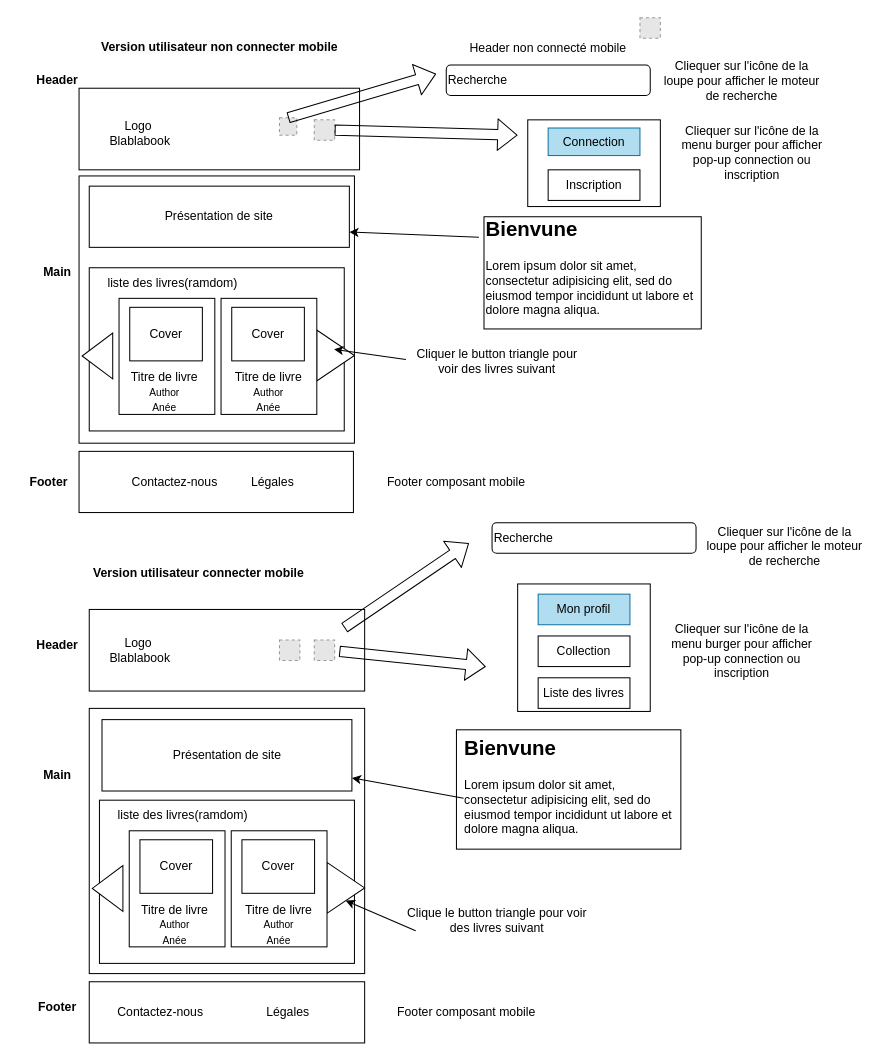
Before: page "Mobile" (2 of 2) of Cahier des charges/wireframe/accueil.drawio in HarukaIZUMI18/Blablabook-Haruka, a draw.io diagram. Source tidied: cells renumbered, new cells numbered last; positions are measured from the earlier drawing's top-left corner, leaving out a move shared by most shapes. Both pictures are drawn from the tidied source at 102%, with x=0, y=0 at pixel (17, 17). Pictures stored in the file or linked from it are replaced by grey dashed boxes.
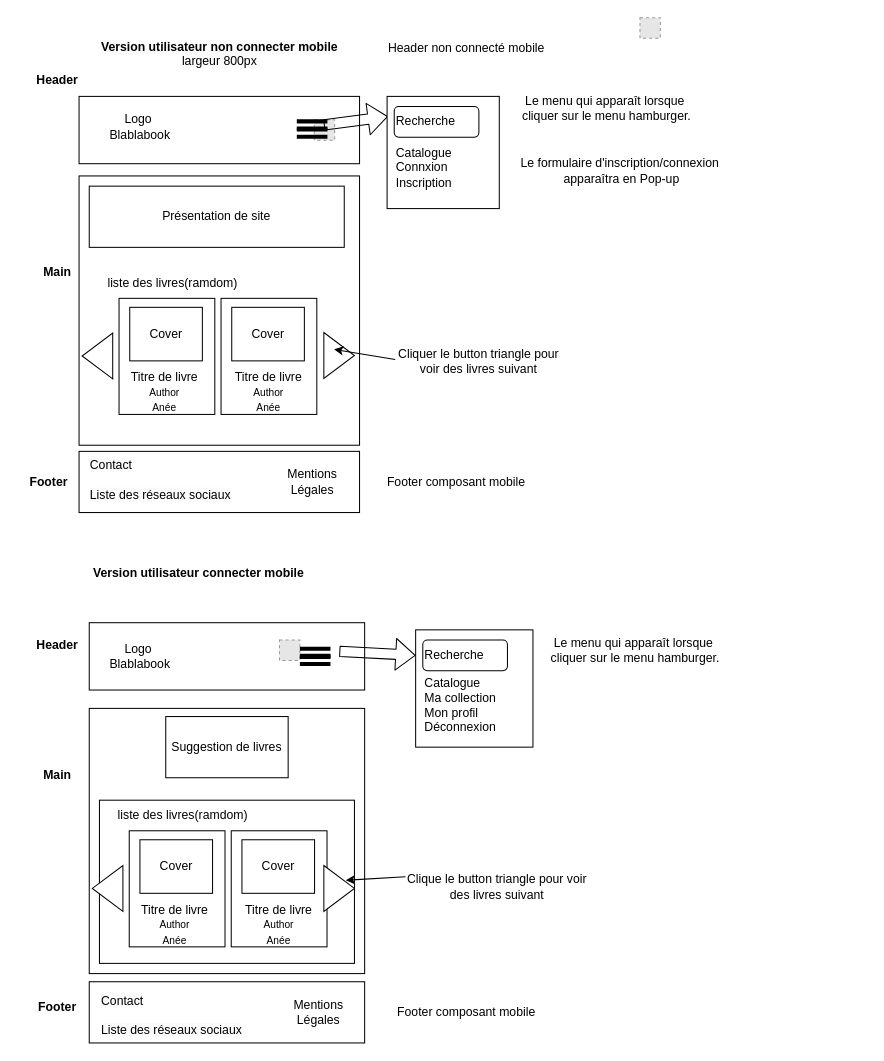
The same page after the edit.

The change refers to these unchanged cells:
```xml
<mxCell id="16" style="fillColor=#E6E6E6;strokeColor=#999999;dashed=1;verticalLabelPosition=bottom;verticalAlign=top;" parent="1" vertex="1">
  <mxGeometry x="290.6" y="100" width="20" height="20" as="geometry" />
</mxCell>
<mxCell id="33" style="group;" parent="1" vertex="1">
  <mxGeometry x="60" y="245" width="270" height="170" as="geometry" />
</mxCell>
<mxCell id="46" style="group;" parent="1" vertex="1">
  <mxGeometry x="70" y="767" width="270" height="170" as="geometry" />
</mxCell>
```

Diff of the diagram source:
```diff
@@
-    <mxCell id="2" style="rounded=0;whiteSpace=wrap;html=1;" parent="1" vertex="1">
-      <mxGeometry x="430" y="698" width="220" height="117" as="geometry" />
-    </mxCell>
-    <mxCell id="3" style="rounded=0;whiteSpace=wrap;html=1;" parent="1" vertex="1">
-      <mxGeometry x="457" y="195" width="213" height="110" as="geometry" />
-    </mxCell>
     <mxCell id="4" style="rounded=0;whiteSpace=wrap;html=1;" parent="1" vertex="1">
-      <mxGeometry x="60" y="155" width="270" height="262" as="geometry" />
+      <mxGeometry x="60" y="155" width="275" height="264" as="geometry" />
     </mxCell>
     <mxCell id="5" value="Présentation de site" style="rounded=0;whiteSpace=wrap;html=1;" parent="1" vertex="1">
-      <mxGeometry x="70" y="165" width="255" height="60" as="geometry" />
+      <mxGeometry x="70" y="165" width="250" height="60" as="geometry" />
     </mxCell>
-    <mxCell id="6" value="&lt;span style=&quot;color: rgb(0, 0, 0); font-family: Helvetica; font-size: 12px; font-style: normal; font-variant-ligatures: normal; font-variant-caps: normal; letter-spacing: normal; orphans: 2; text-align: center; text-indent: 0px; text-transform: none; widows: 2; word-spacing: 0px; -webkit-text-stroke-width: 0px; white-space: normal; background-color: rgb(251, 251, 251); text-decoration-thickness: initial; text-decoration-style: initial; text-decoration-color: initial; float: none; display: inline !important;&quot;&gt;&lt;b&gt;Version utilisateur non connecter mobile&lt;/b&gt;&lt;/span&gt;" style="text;whiteSpace=wrap;html=1;" parent="1" vertex="1">
+    <mxCell id="6" value="&lt;span style=&quot;color: rgb(0, 0, 0); font-family: Helvetica; font-size: 12px; font-style: normal; font-variant-ligatures: normal; font-variant-caps: normal; letter-spacing: normal; orphans: 2; text-align: center; text-indent: 0px; text-transform: none; widows: 2; word-spacing: 0px; -webkit-text-stroke-width: 0px; white-space: normal; background-color: rgb(251, 251, 251); text-decoration-thickness: initial; text-decoration-style: initial; text-decoration-color: initial; float: none; display: inline !important;&quot;&gt;&lt;b&gt;Version utilisateur non connecter mobile&lt;/b&gt;&lt;/span&gt;&lt;div style=&quot;text-align: center;&quot;&gt;&lt;span style=&quot;color: rgb(0, 0, 0); font-family: Helvetica; font-size: 12px; font-style: normal; font-variant-ligatures: normal; font-variant-caps: normal; letter-spacing: normal; orphans: 2; text-indent: 0px; text-transform: none; widows: 2; word-spacing: 0px; -webkit-text-stroke-width: 0px; white-space: normal; background-color: rgb(251, 251, 251); text-decoration-thickness: initial; text-decoration-style: initial; text-decoration-color: initial; float: none; display: inline !important;&quot;&gt;largeur 800px&lt;/span&gt;&lt;/div&gt;" style="text;whiteSpace=wrap;html=1;" parent="1" vertex="1">
       <mxGeometry x="80" y="15" width="240" height="40" as="geometry" />
     </mxCell>
     <mxCell id="7" style="rounded=0;whiteSpace=wrap;html=1;align=center;verticalAlign=top;fontFamily=Helvetica;fontSize=12;fontColor=default;fillColor=none;gradientColor=none;" parent="1" vertex="1">
-      <mxGeometry x="60" y="425" width="269" height="60" as="geometry" />
+      <mxGeometry x="60" y="425" width="275" height="60" as="geometry" />
     </mxCell>
@@
-    <mxCell id="11" value="Présentation de site" style="rounded=0;whiteSpace=wrap;html=1;" parent="1" vertex="1">
-      <mxGeometry x="82.5" y="688" width="245" height="70" as="geometry" />
-    </mxCell>
@@
     <mxCell id="13" style="rounded=0;whiteSpace=wrap;html=1;" parent="1" vertex="1">
-      <mxGeometry x="60" y="69" width="275" height="80" as="geometry" />
+      <mxGeometry x="60" y="77" width="275" height="66" as="geometry" />
     </mxCell>
     <mxCell id="14" value="Logo&amp;nbsp;&lt;div&gt;Blablabook&lt;/div&gt;" style="text;html=1;align=center;verticalAlign=middle;whiteSpace=wrap;rounded=0;" parent="1" vertex="1">
-      <mxGeometry x="80" y="98" width="80" height="30" as="geometry" />
+      <mxGeometry x="80" y="91.5" width="80" height="30" as="geometry" />
     </mxCell>
-    <mxCell id="15" style="fillColor=#E6E6E6;strokeColor=#999999;dashed=1;verticalLabelPosition=bottom;verticalAlign=top;" parent="1" vertex="1">
-      <mxGeometry x="256.5" y="98" width="17" height="17" as="geometry" />
-    </mxCell>
@@
-    <mxCell id="17" style="shape=flexArrow;endArrow=classic;html=1;exitX=1;exitY=0.5;exitDx=0;exitDy=0;" parent="1" edge="1" source="16">
-      <mxGeometry relative="1" as="geometry">
-        <mxPoint x="489.9" y="115" as="targetPoint" />
-      </mxGeometry>
-    </mxCell>
-    <mxCell id="18" style="rounded=0;whiteSpace=wrap;html=1;" parent="1" vertex="1">
-      <mxGeometry x="499.9" y="100" width="130" height="85" as="geometry" />
-    </mxCell>
-    <mxCell id="19" style="shape=flexArrow;endArrow=classic;html=1;exitX=0.5;exitY=0;exitDx=0;exitDy=0;" parent="1" edge="1" source="15">
+    <mxCell id="19" style="shape=flexArrow;endArrow=classic;html=1;entryX=0.007;entryY=0.179;entryDx=0;entryDy=0;entryPerimeter=0;" parent="1" edge="1" target="98">
       <mxGeometry relative="1" as="geometry">
-        <mxPoint x="410" y="55" as="targetPoint" />
+        <mxPoint x="300" y="105" as="sourcePoint" />
       </mxGeometry>
     </mxCell>
-    <mxCell id="20" value="Recherche" style="rounded=1;whiteSpace=wrap;html=1;align=left;" parent="1" vertex="1">
-      <mxGeometry x="420" y="46.2" width="200" height="30" as="geometry" />
-    </mxCell>
@@
-    <mxCell id="22" value="Inscription" style="rounded=0;whiteSpace=wrap;html=1;" parent="1" vertex="1">
-      <mxGeometry x="519.9" y="149" width="90" height="30" as="geometry" />
-    </mxCell>
-    <mxCell id="23" value="Connection" style="rounded=0;whiteSpace=wrap;html=1;fillColor=#b1ddf0;strokeColor=#10739e;" parent="1" vertex="1">
-      <mxGeometry x="519.9" y="108" width="90" height="27" as="geometry" />
-    </mxCell>
     <mxCell id="24" style="rounded=0;whiteSpace=wrap;html=1;" parent="1" vertex="1">
-      <mxGeometry x="70" y="580" width="270" height="80" as="geometry" />
+      <mxGeometry x="70" y="593" width="270" height="66" as="geometry" />
     </mxCell>
     <mxCell id="25" value="Logo&amp;nbsp;&lt;div&gt;Blablabook&lt;/div&gt;" style="text;html=1;align=center;verticalAlign=middle;whiteSpace=wrap;rounded=0;" parent="1" vertex="1">
-      <mxGeometry x="80" y="605" width="80" height="30" as="geometry" />
+      <mxGeometry x="80" y="611" width="80" height="30" as="geometry" />
     </mxCell>
     <mxCell id="26" style="shape=flexArrow;endArrow=classic;html=1;exitX=1;exitY=0.5;exitDx=0;exitDy=0;" parent="1" edge="1">
       <mxGeometry relative="1" as="geometry">
         <mxPoint x="315.2" y="621" as="sourcePoint" />
-        <mxPoint x="458.8" y="636" as="targetPoint" />
+        <mxPoint x="390" y="625" as="targetPoint" />
       </mxGeometry>
     </mxCell>
-    <mxCell id="27" style="shape=flexArrow;endArrow=classic;html=1;exitX=0.5;exitY=0;exitDx=0;exitDy=0;" parent="1" edge="1">
-      <mxGeometry relative="1" as="geometry">
-        <mxPoint x="320" y="598" as="sourcePoint" />
-        <mxPoint x="442.3" y="515" as="targetPoint" />
-      </mxGeometry>
-    </mxCell>
-    <mxCell id="28" value="Recherche" style="rounded=1;whiteSpace=wrap;html=1;align=left;" parent="1" vertex="1">
-      <mxGeometry x="464.9" y="495" width="200" height="30" as="geometry" />
-    </mxCell>
-    <mxCell id="29" style="rounded=0;whiteSpace=wrap;html=1;" parent="1" vertex="1">
-      <mxGeometry x="490" y="555" width="130" height="125" as="geometry" />
-    </mxCell>
-    <mxCell id="30" value="Collection" style="rounded=0;whiteSpace=wrap;html=1;" parent="1" vertex="1">
-      <mxGeometry x="510.1" y="606" width="90" height="30" as="geometry" />
-    </mxCell>
-    <mxCell id="31" value="Mon profil" style="rounded=0;whiteSpace=wrap;html=1;fillColor=#b1ddf0;strokeColor=#10739e;" parent="1" vertex="1">
-      <mxGeometry x="510.1" y="565" width="90" height="30" as="geometry" />
-    </mxCell>
-    <mxCell id="32" value="Liste des livres" style="rounded=0;whiteSpace=wrap;html=1;" parent="1" vertex="1">
-      <mxGeometry x="510.1" y="647" width="90" height="30" as="geometry" />
-    </mxCell>
@@
-    <mxCell id="34" style="rounded=0;whiteSpace=wrap;html=1;" parent="33" vertex="1">
-      <mxGeometry x="10" width="250" height="160" as="geometry" />
-    </mxCell>
@@
-    <mxCell id="36" style="triangle;whiteSpace=wrap;html=1;" parent="33" vertex="1">
-      <mxGeometry x="233" y="61" width="37" height="50" as="geometry" />
-    </mxCell>
@@
+    <mxCell id="85" style="triangle;whiteSpace=wrap;html=1;direction=east;" parent="33" vertex="1">
+      <mxGeometry x="240" y="63.5" width="30" height="45" as="geometry" />
+    </mxCell>
@@
-    <mxCell id="49" style="triangle;whiteSpace=wrap;html=1;" parent="46" vertex="1">
-      <mxGeometry x="233" y="61" width="37" height="50" as="geometry" />
-    </mxCell>
@@
-    <mxCell id="59" value="Contactez-nous" style="text;html=1;align=center;verticalAlign=middle;whiteSpace=wrap;rounded=0;" parent="1" vertex="1">
-      <mxGeometry x="104" y="440" width="100" height="30" as="geometry" />
-    </mxCell>
+    <mxCell id="86" style="triangle;whiteSpace=wrap;html=1;direction=east;" parent="46" vertex="1">
+      <mxGeometry x="230" y="64" width="30" height="45" as="geometry" />
+    </mxCell>
-    <mxCell id="60" value="Légales" style="text;html=1;align=center;verticalAlign=middle;whiteSpace=wrap;rounded=0;" parent="1" vertex="1">
-      <mxGeometry x="220" y="440" width="60" height="30" as="geometry" />
+    <mxCell id="60" value="&lt;span style=&quot;color: rgb(0, 0, 0);&quot;&gt;Mentions Légales&lt;/span&gt;" style="text;html=1;align=center;verticalAlign=middle;whiteSpace=wrap;rounded=0;" parent="1" vertex="1">
+      <mxGeometry x="258.5" y="440" width="60" height="30" as="geometry" />
     </mxCell>
-    <mxCell id="61" value="Contactez-nous" style="text;html=1;align=center;verticalAlign=middle;whiteSpace=wrap;rounded=0;" parent="1" vertex="1">
-      <mxGeometry x="90" y="960" width="100" height="30" as="geometry" />
-    </mxCell>
-    <mxCell id="62" value="Légales" style="text;html=1;align=center;verticalAlign=middle;whiteSpace=wrap;rounded=0;" parent="1" vertex="1">
-      <mxGeometry x="234.9" y="960" width="60" height="30" as="geometry" />
-    </mxCell>
     <mxCell id="63" style="endArrow=classic;html=1;" parent="1" edge="1">
       <mxGeometry relative="1" as="geometry">
-        <mxPoint x="380.4" y="335" as="sourcePoint" />
+        <mxPoint x="370" y="335" as="sourcePoint" />
         <mxPoint x="310" y="325" as="targetPoint" />
       </mxGeometry>
     </mxCell>
     <mxCell id="64" value="Cliquer le button triangle pour voir des livres suivant" style="text;html=1;align=center;verticalAlign=middle;whiteSpace=wrap;rounded=0;" parent="1" vertex="1">
-      <mxGeometry x="380" y="317" width="180" height="40" as="geometry" />
+      <mxGeometry x="362" y="317" width="180" height="40" as="geometry" />
     </mxCell>
-    <mxCell id="65" style="endArrow=classic;html=1;entryX=0.5;entryY=1;entryDx=0;entryDy=0;" parent="1" edge="1" target="49">
+    <mxCell id="65" style="endArrow=classic;html=1;entryX=0.5;entryY=1;entryDx=0;entryDy=0;exitX=0;exitY=0.75;exitDx=0;exitDy=0;" parent="1" edge="1">
       <mxGeometry relative="1" as="geometry">
-        <mxPoint x="390" y="895" as="sourcePoint" />
+        <mxPoint x="380" y="842" as="sourcePoint" />
+        <mxPoint x="321.5" y="845.5" as="targetPoint" />
       </mxGeometry>
     </mxCell>
     <mxCell id="66" value="Clique le button triangle pour voir des livres suivant" style="text;html=1;align=center;verticalAlign=middle;whiteSpace=wrap;rounded=0;" parent="1" vertex="1">
-      <mxGeometry x="380" y="865" width="180" height="40" as="geometry" />
+      <mxGeometry x="380" y="832" width="180" height="40" as="geometry" />
     </mxCell>
     <mxCell id="67" value="Header non connecté mobile" style="text;html=1;align=center;verticalAlign=middle;whiteSpace=wrap;rounded=0;" parent="1" vertex="1">
-      <mxGeometry x="425" y="15" width="190" height="30" as="geometry" />
+      <mxGeometry x="345" y="15" width="190" height="30" as="geometry" />
     </mxCell>
-    <mxCell id="68" value="Cliequer sur l'icône de la loupe pour afficher le moteur de recherche" style="text;html=1;align=center;verticalAlign=middle;whiteSpace=wrap;rounded=0;" parent="1" vertex="1">
-      <mxGeometry x="629.9" y="39" width="160.1" height="46" as="geometry" />
-    </mxCell>
-    <mxCell id="69" value="Cliequer sur l'icône de la menu burger pour afficher pop-up connection ou inscription" style="text;html=1;align=center;verticalAlign=middle;whiteSpace=wrap;rounded=0;" parent="1" vertex="1">
-      <mxGeometry x="640" y="109" width="160.1" height="46" as="geometry" />
-    </mxCell>
@@
-    <mxCell id="71" style="fillColor=#E6E6E6;strokeColor=#999999;dashed=1;verticalLabelPosition=bottom;verticalAlign=top;" parent="1" vertex="1">
-      <mxGeometry x="290.6" y="610" width="20" height="20" as="geometry" />
-    </mxCell>
-    <mxCell id="72" style="endArrow=classic;html=1;entryX=1;entryY=0.75;entryDx=0;entryDy=0;" parent="1" edge="1" target="5">
-      <mxGeometry relative="1" as="geometry">
-        <mxPoint x="452" y="215" as="sourcePoint" />
-      </mxGeometry>
-    </mxCell>
-    <mxCell id="73" value="&lt;h1 style=&quot;margin-top: 0px;&quot;&gt;&lt;font style=&quot;font-size: 20px;&quot;&gt;Bienvune&lt;/font&gt;&lt;/h1&gt;&lt;p&gt;Lorem ipsum dolor sit amet, consectetur adipisicing elit, sed do eiusmod tempor incididunt ut labore et dolore magna aliqua.&lt;/p&gt;" style="text;html=1;whiteSpace=wrap;overflow=hidden;rounded=0;" parent="1" vertex="1">
-      <mxGeometry x="457" y="185" width="215" height="120" as="geometry" />
-    </mxCell>
@@
-    <mxCell id="75" value="Cliequer sur l'icône de la loupe pour afficher le moteur de recherche" style="text;html=1;align=center;verticalAlign=middle;whiteSpace=wrap;rounded=0;" parent="1" vertex="1">
-      <mxGeometry x="672" y="495" width="160.1" height="46" as="geometry" />
-    </mxCell>
-    <mxCell id="76" value="Cliequer sur l'icône de la menu burger pour afficher pop-up connection ou inscription" style="text;html=1;align=center;verticalAlign=middle;whiteSpace=wrap;rounded=0;" parent="1" vertex="1">
-      <mxGeometry x="629.9" y="598" width="160.1" height="46" as="geometry" />
-    </mxCell>
-    <mxCell id="77" style="endArrow=classic;html=1;" parent="1" edge="1" target="11">
-      <mxGeometry relative="1" as="geometry">
-        <mxPoint x="437" y="765" as="sourcePoint" />
-      </mxGeometry>
-    </mxCell>
-    <mxCell id="78" value="&lt;h1 style=&quot;margin-top: 0px;&quot;&gt;&lt;font style=&quot;font-size: 20px;&quot;&gt;Bienvune&lt;/font&gt;&lt;/h1&gt;&lt;p&gt;Lorem ipsum dolor sit amet, consectetur adipisicing elit, sed do eiusmod tempor incididunt ut labore et dolore magna aliqua.&lt;/p&gt;" style="text;html=1;whiteSpace=wrap;overflow=hidden;rounded=0;" parent="1" vertex="1">
-      <mxGeometry x="436" y="694" width="215" height="120" as="geometry" />
-    </mxCell>
@@
+    <mxCell id="87" style="group;" parent="1" vertex="1">
+      <mxGeometry x="273.5" y="105" width="30" height="8" as="geometry" />
+    </mxCell>
+    <mxCell id="88" style="shape=link;html=1;strokeWidth=4;" parent="87" edge="1">
+      <mxGeometry relative="1" as="geometry">
+        <mxPoint as="sourcePoint" />
+        <mxPoint x="30" as="targetPoint" />
+      </mxGeometry>
+    </mxCell>
+    <mxCell id="89" style="shape=link;html=1;strokeWidth=4;" parent="87" edge="1">
+      <mxGeometry relative="1" as="geometry">
+        <mxPoint y="8" as="sourcePoint" />
+        <mxPoint x="30" y="8" as="targetPoint" />
+      </mxGeometry>
+    </mxCell>
+    <mxCell id="90" value="Le menu qui apparaît lorsque&amp;nbsp;&lt;div&gt;cliquer sur le menu hamburger.&lt;/div&gt;" style="text;html=1;align=center;verticalAlign=middle;strokeColor=none;fillColor=none;" parent="1" vertex="1">
+      <mxGeometry x="482" y="69" width="190" height="40" as="geometry" />
+    </mxCell>
+    <mxCell id="91" value="&lt;span style=&quot;color: rgb(0, 0, 0); font-family: Helvetica; font-size: 12px; font-style: normal; font-variant-ligatures: normal; font-variant-caps: normal; font-weight: 400; letter-spacing: normal; orphans: 2; text-align: center; text-indent: 0px; text-transform: none; widows: 2; word-spacing: 0px; -webkit-text-stroke-width: 0px; white-space: normal; background-color: rgb(251, 251, 251); text-decoration-thickness: initial; text-decoration-style: initial; text-decoration-color: initial; float: none; display: inline !important;&quot;&gt;Contact&lt;/span&gt;&lt;div&gt;&lt;div style=&quot;text-align: center;&quot;&gt;&lt;font color=&quot;#000000&quot;&gt;&lt;br&gt;&lt;/font&gt;&lt;/div&gt;&lt;div&gt;&lt;span style=&quot;color: rgb(0, 0, 0); font-family: Helvetica; font-size: 12px; font-style: normal; font-variant-ligatures: normal; font-variant-caps: normal; font-weight: 400; letter-spacing: normal; orphans: 2; text-align: center; text-indent: 0px; text-transform: none; widows: 2; word-spacing: 0px; -webkit-text-stroke-width: 0px; white-space: normal; background-color: rgb(251, 251, 251); text-decoration-thickness: initial; text-decoration-style: initial; text-decoration-color: initial; float: none; display: inline !important;&quot;&gt;Liste des réseaux sociaux&lt;/span&gt;&lt;/div&gt;&lt;/div&gt;" style="text;whiteSpace=wrap;html=1;" parent="1" vertex="1">
+      <mxGeometry x="68.5" y="425" width="150" height="50" as="geometry" />
+    </mxCell>
+    <mxCell id="92" style="group;" parent="1" vertex="1">
+      <mxGeometry x="276.5" y="622" width="30" height="8" as="geometry" />
+    </mxCell>
+    <mxCell id="93" style="shape=link;html=1;strokeWidth=4;" parent="92" edge="1">
+      <mxGeometry relative="1" as="geometry">
+        <mxPoint as="sourcePoint" />
+        <mxPoint x="30" as="targetPoint" />
+      </mxGeometry>
+    </mxCell>
+    <mxCell id="94" style="shape=link;html=1;strokeWidth=4;" parent="92" edge="1">
+      <mxGeometry relative="1" as="geometry">
+        <mxPoint y="8" as="sourcePoint" />
+        <mxPoint x="30" y="8" as="targetPoint" />
+      </mxGeometry>
+    </mxCell>
+    <mxCell id="95" value="Le formulaire d'inscription/connexion&lt;div&gt;&amp;nbsp;apparaîtra en Pop-up&lt;/div&gt;" style="text;html=1;align=center;verticalAlign=middle;strokeColor=none;fillColor=none;" parent="1" vertex="1">
+      <mxGeometry x="480" y="130" width="220" height="40" as="geometry" />
+    </mxCell>
+    <mxCell id="96" value="&lt;span style=&quot;color: rgb(0, 0, 0);&quot;&gt;Suggestion de livres&lt;/span&gt;" style="rounded=0;whiteSpace=wrap;html=1;" parent="1" vertex="1">
+      <mxGeometry x="145" y="685" width="120" height="60" as="geometry" />
+    </mxCell>
+    <mxCell id="97" style="group;align=left;" parent="1" vertex="1">
+      <mxGeometry x="362" y="77" width="110" height="110" as="geometry" />
+    </mxCell>
+    <mxCell id="98" style="whiteSpace=wrap;html=1;" parent="97" vertex="1">
+      <mxGeometry width="110" height="110" as="geometry" />
+    </mxCell>
+    <mxCell id="20" value="Recherche" style="rounded=1;whiteSpace=wrap;html=1;align=left;" parent="97" vertex="1">
+      <mxGeometry x="7" y="10" width="83" height="30" as="geometry" />
+    </mxCell>
+    <mxCell id="99" value="Catalogue&lt;div&gt;Connxion&lt;/div&gt;&lt;div&gt;Inscription&lt;/div&gt;" style="text;html=1;align=left;verticalAlign=middle;whiteSpace=wrap;rounded=0;" parent="97" vertex="1">
+      <mxGeometry x="7" y="55" width="60" height="30" as="geometry" />
+    </mxCell>
+    <mxCell id="100" style="whiteSpace=wrap;html=1;" parent="1" vertex="1">
+      <mxGeometry x="390" y="600" width="115" height="115" as="geometry" />
+    </mxCell>
+    <mxCell id="28" value="Recherche" style="rounded=1;whiteSpace=wrap;html=1;align=left;" parent="1" vertex="1">
+      <mxGeometry x="397" y="610" width="83" height="30" as="geometry" />
+    </mxCell>
+    <mxCell id="101" value="Catalogue&lt;div&gt;Ma collection&lt;/div&gt;&lt;div&gt;Mon profil&lt;/div&gt;&lt;div&gt;Déconnexion&lt;/div&gt;" style="text;html=1;align=left;verticalAlign=middle;whiteSpace=wrap;rounded=0;" parent="1" vertex="1">
+      <mxGeometry x="397" y="659" width="73" height="30" as="geometry" />
+    </mxCell>
+    <mxCell id="102" value="Le menu qui apparaît lorsque&amp;nbsp;&lt;div&gt;cliquer sur le menu hamburger.&lt;/div&gt;" style="text;html=1;align=center;verticalAlign=middle;strokeColor=none;fillColor=none;" parent="1" vertex="1">
+      <mxGeometry x="510" y="600" width="190" height="40" as="geometry" />
+    </mxCell>
+    <mxCell id="103" value="&lt;span style=&quot;color: rgb(0, 0, 0); font-family: Helvetica; font-size: 12px; font-style: normal; font-variant-ligatures: normal; font-variant-caps: normal; font-weight: 400; letter-spacing: normal; orphans: 2; text-align: center; text-indent: 0px; text-transform: none; widows: 2; word-spacing: 0px; -webkit-text-stroke-width: 0px; white-space: normal; background-color: rgb(251, 251, 251); text-decoration-thickness: initial; text-decoration-style: initial; text-decoration-color: initial; float: none; display: inline !important;&quot;&gt;Contact&lt;/span&gt;&lt;div&gt;&lt;div style=&quot;text-align: center;&quot;&gt;&lt;font color=&quot;#000000&quot;&gt;&lt;br&gt;&lt;/font&gt;&lt;/div&gt;&lt;div&gt;&lt;span style=&quot;color: rgb(0, 0, 0); font-family: Helvetica; font-size: 12px; font-style: normal; font-variant-ligatures: normal; font-variant-caps: normal; font-weight: 400; letter-spacing: normal; orphans: 2; text-align: center; text-indent: 0px; text-transform: none; widows: 2; word-spacing: 0px; -webkit-text-stroke-width: 0px; white-space: normal; background-color: rgb(251, 251, 251); text-decoration-thickness: initial; text-decoration-style: initial; text-decoration-color: initial; float: none; display: inline !important;&quot;&gt;Liste des réseaux sociaux&lt;/span&gt;&lt;/div&gt;&lt;/div&gt;" style="text;whiteSpace=wrap;html=1;" parent="1" vertex="1">
+      <mxGeometry x="80" y="950" width="150" height="50" as="geometry" />
+    </mxCell>
+    <mxCell id="104" value="&lt;span style=&quot;color: rgb(0, 0, 0);&quot;&gt;Mentions Légales&lt;/span&gt;" style="text;html=1;align=center;verticalAlign=middle;whiteSpace=wrap;rounded=0;" parent="1" vertex="1">
+      <mxGeometry x="265" y="960" width="60" height="30" as="geometry" />
+    </mxCell>
```
